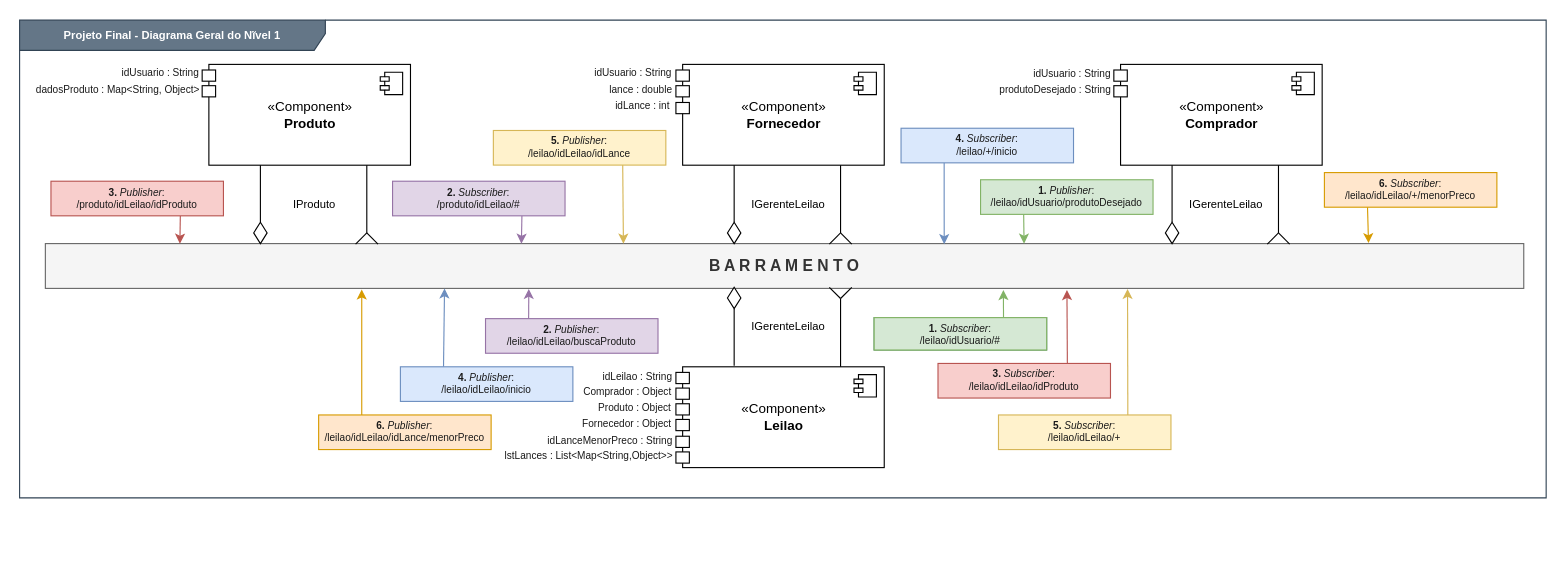
The draw.io diagram Projeto Final/resources/barramento.drawio in eNove/unicamp-engsoft-2020-inf331, before the edit. Source tidied: cells renumbered, new cells numbered last; positions are measured from the earlier drawing's top-left corner, leaving out a move shared by most shapes. Both pictures are drawn from the tidied source at 112%, with x=0, y=0 at pixel (19, 20).
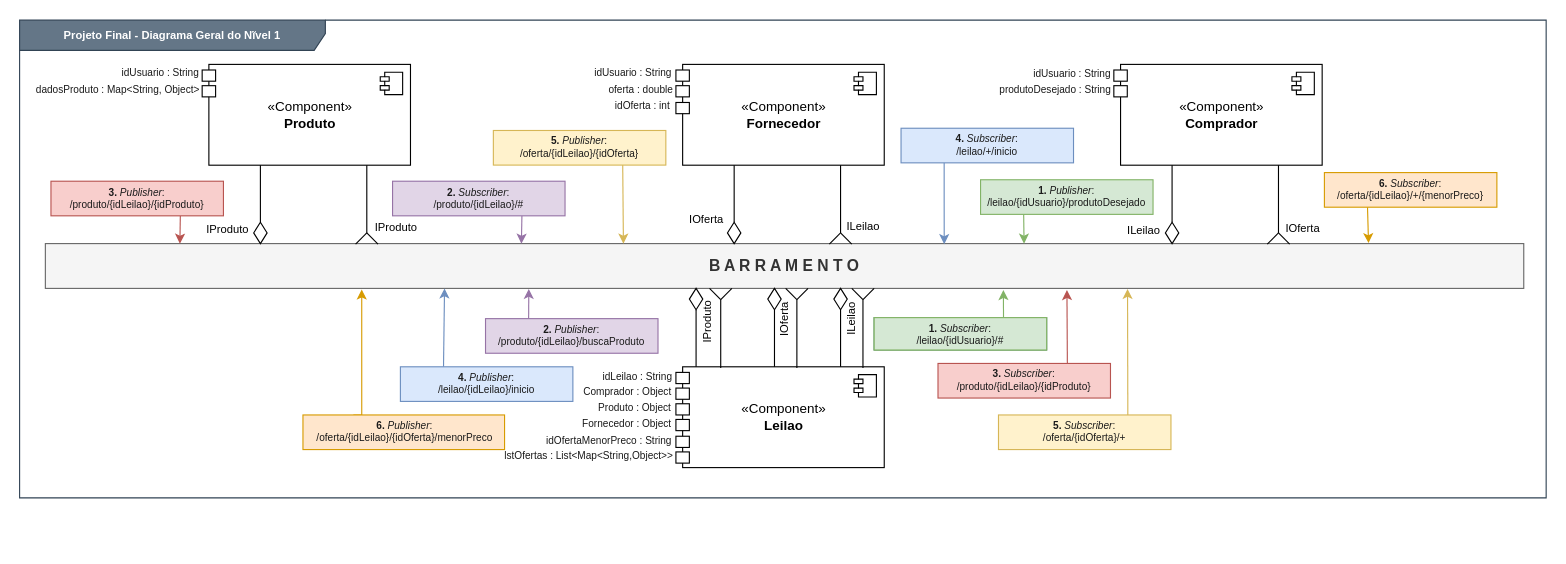
After the change.

Commit message (it also covers changes not shown here):
Diagrama barramento revisado e finalizado

Unchanged cells that the change refers to:
```xml
<mxCell id="3" value="&lt;font size=&quot;1&quot;&gt;&lt;b style=&quot;font-size: 14px&quot;&gt;B A R R A M E N T O&lt;/b&gt;&lt;/font&gt;" style="rounded=0;whiteSpace=wrap;html=1;fontSize=8;fillColor=#f5f5f5;strokeColor=#666666;fontColor=#333333;" parent="1" vertex="1">
  <mxGeometry x="23" y="199" width="1320" height="40" as="geometry" />
</mxCell>
<mxCell id="59" style="group;" parent="1" vertex="1">
  <mxGeometry x="858" y="142" width="154" height="30.9" as="geometry" />
</mxCell>
<mxCell id="62" style="group;" parent="1" vertex="1">
  <mxGeometry x="763" y="265.1" width="154" height="28.9" as="geometry" />
</mxCell>
```

Diff of the diagram source:
```diff
@@
-    <mxCell id="12" value="IGerenteLeilao" style="text;html=1;strokeColor=none;fillColor=none;align=center;verticalAlign=middle;whiteSpace=wrap;rounded=0;fontSize=10;" parent="1" vertex="1">
-      <mxGeometry x="1040.8" y="154.2" width="73.2" height="20" as="geometry" />
+    <mxCell id="12" value="ILeilao" style="text;html=1;strokeColor=none;fillColor=none;align=center;verticalAlign=middle;whiteSpace=wrap;rounded=0;fontSize=10;" parent="1" vertex="1">
+      <mxGeometry x="984" y="177" width="40" height="20" as="geometry" />
     </mxCell>
@@
     <mxCell id="23" value="IProduto" style="text;html=1;strokeColor=none;fillColor=none;align=center;verticalAlign=middle;whiteSpace=wrap;rounded=0;fontSize=10;" parent="1" vertex="1">
-      <mxGeometry x="226.8" y="154.2" width="73.2" height="20" as="geometry" />
+      <mxGeometry x="163" y="176.2" width="46" height="20" as="geometry" />
     </mxCell>
@@
-    <mxCell id="34" value="IGerenteLeilao" style="text;html=1;strokeColor=none;fillColor=none;align=center;verticalAlign=middle;whiteSpace=wrap;rounded=0;fontSize=10;" parent="1" vertex="1">
-      <mxGeometry x="649.8" y="154.2" width="73.2" height="20" as="geometry" />
+    <mxCell id="34" value="IOferta" style="text;html=1;strokeColor=none;fillColor=none;align=center;verticalAlign=middle;whiteSpace=wrap;rounded=0;fontSize=10;" parent="1" vertex="1">
+      <mxGeometry x="577" y="166.5" width="73.2" height="20" as="geometry" />
     </mxCell>
@@
-    <mxCell id="41" value="IGerenteLeilao" style="text;html=1;strokeColor=none;fillColor=none;align=center;verticalAlign=middle;whiteSpace=wrap;rounded=0;fontSize=10;" parent="1" vertex="1">
-      <mxGeometry x="650.9" y="263" width="71" height="20" as="geometry" />
+    <mxCell id="41" value="ILeilao" style="text;html=1;strokeColor=none;fillColor=none;align=center;verticalAlign=middle;whiteSpace=wrap;rounded=0;fontSize=10;rotation=-90;" parent="1" vertex="1">
+      <mxGeometry x="722.5" y="256.7" width="40" height="20" as="geometry" />
     </mxCell>
     <mxCell id="42" style="group;rotation=-180;" parent="1" vertex="1">
-      <mxGeometry x="632" y="238" width="12" height="70" as="geometry" />
+      <mxGeometry x="598" y="239" width="12" height="70" as="geometry" />
     </mxCell>
@@
     <mxCell id="45" style="group;rotation=-180;" parent="1" vertex="1">
-      <mxGeometry x="723" y="238" width="20" height="70.5" as="geometry" />
+      <mxGeometry x="743" y="239" width="20" height="70.5" as="geometry" />
     </mxCell>
@@
-    <mxCell id="58" value="&lt;b style=&quot;font-size: 9px&quot;&gt;2.&lt;/b&gt; &lt;i style=&quot;font-size: 9px&quot;&gt;Publisher&lt;/i&gt;:&lt;br style=&quot;font-size: 9px&quot;&gt;/leilao/idLeilao/buscaProduto" style="text;html=1;strokeColor=none;fillColor=none;align=center;verticalAlign=middle;whiteSpace=wrap;rounded=0;fontSize=9;fontColor=#1A1A1A;" parent="1" vertex="1">
+    <mxCell id="58" value="&lt;b style=&quot;font-size: 9px&quot;&gt;2.&lt;/b&gt; &lt;i style=&quot;font-size: 9px&quot;&gt;Publisher&lt;/i&gt;:&lt;br style=&quot;font-size: 9px&quot;&gt;/produto/{idLeilao}/buscaProduto" style="text;html=1;strokeColor=none;fillColor=none;align=center;verticalAlign=middle;whiteSpace=wrap;rounded=0;fontSize=9;fontColor=#1A1A1A;" parent="1" vertex="1">
       <mxGeometry x="416" y="273.7" width="154" height="15.5" as="geometry" />
     </mxCell>
@@
-    <mxCell id="61" value="&lt;b style=&quot;font-size: 9px;&quot;&gt;1.&lt;/b&gt; &lt;i style=&quot;font-size: 9px;&quot;&gt;Publisher&lt;/i&gt;:&lt;br style=&quot;font-size: 9px;&quot;&gt;/leilao/idUsuario/produtoDesejado" style="text;html=1;strokeColor=none;fillColor=none;align=center;verticalAlign=middle;whiteSpace=wrap;rounded=0;fontSize=9;fontColor=#1A1A1A;" parent="59" vertex="1">
+    <mxCell id="61" value="&lt;b style=&quot;font-size: 9px&quot;&gt;1.&lt;/b&gt; &lt;i style=&quot;font-size: 9px&quot;&gt;Publisher&lt;/i&gt;:&lt;br style=&quot;font-size: 9px&quot;&gt;/leilao/{idUsuario}/produtoDesejado" style="text;html=1;strokeColor=none;fillColor=none;align=center;verticalAlign=middle;whiteSpace=wrap;rounded=0;fontSize=9;fontColor=#1A1A1A;" parent="59" vertex="1">
       <mxGeometry y="7.7" width="154" height="15.5" as="geometry" />
     </mxCell>
@@
-    <mxCell id="66" value="&lt;b style=&quot;font-size: 9px&quot;&gt;1.&lt;/b&gt; &lt;i style=&quot;font-size: 9px&quot;&gt;Subscriber&lt;/i&gt;:&lt;br style=&quot;font-size: 9px&quot;&gt;/leilao/idUsuario/#" style="text;html=1;strokeColor=none;fillColor=none;align=center;verticalAlign=middle;whiteSpace=wrap;rounded=0;fontSize=9;fontColor=#1A1A1A;" parent="62" vertex="1">
+    <mxCell id="66" value="&lt;b style=&quot;font-size: 9px&quot;&gt;1.&lt;/b&gt; &lt;i style=&quot;font-size: 9px&quot;&gt;Subscriber&lt;/i&gt;:&lt;br style=&quot;font-size: 9px&quot;&gt;/leilao/{idUsuario}/#" style="text;html=1;strokeColor=none;fillColor=none;align=center;verticalAlign=middle;whiteSpace=wrap;rounded=0;fontSize=9;fontColor=#1A1A1A;" parent="62" vertex="1">
       <mxGeometry y="7.2" width="154" height="14.5" as="geometry" />
     </mxCell>
@@
-    <mxCell id="69" value="&lt;b style=&quot;font-size: 9px&quot;&gt;2.&lt;/b&gt; &lt;i style=&quot;font-size: 9px&quot;&gt;Subscriber&lt;/i&gt;:&lt;br style=&quot;font-size: 9px&quot;&gt;/produto/idLeilao/#" style="text;html=1;strokeColor=none;fillColor=none;align=center;verticalAlign=middle;whiteSpace=wrap;rounded=0;fontSize=9;fontColor=#1A1A1A;" parent="1" vertex="1">
+    <mxCell id="69" value="&lt;b style=&quot;font-size: 9px&quot;&gt;2.&lt;/b&gt; &lt;i style=&quot;font-size: 9px&quot;&gt;Subscriber&lt;/i&gt;:&lt;br style=&quot;font-size: 9px&quot;&gt;/produto/{idLeilao}/#" style="text;html=1;strokeColor=none;fillColor=none;align=center;verticalAlign=middle;whiteSpace=wrap;rounded=0;fontSize=9;fontColor=#1A1A1A;" parent="1" vertex="1">
       <mxGeometry x="333" y="151.1" width="154" height="15.5" as="geometry" />
     </mxCell>
@@
-    <mxCell id="72" value="&lt;b style=&quot;font-size: 9px&quot;&gt;3.&lt;/b&gt; &lt;i style=&quot;font-size: 9px&quot;&gt;Publisher&lt;/i&gt;:&lt;br style=&quot;font-size: 9px&quot;&gt;/produto/idLeilao/idProduto" style="text;html=1;strokeColor=none;fillColor=none;align=center;verticalAlign=middle;whiteSpace=wrap;rounded=0;fontSize=9;fontColor=#1A1A1A;" parent="1" vertex="1">
+    <mxCell id="72" value="&lt;b style=&quot;font-size: 9px&quot;&gt;3.&lt;/b&gt; &lt;i style=&quot;font-size: 9px&quot;&gt;Publisher&lt;/i&gt;:&lt;br style=&quot;font-size: 9px&quot;&gt;/produto/{idLeilao}/{idProduto}" style="text;html=1;strokeColor=none;fillColor=none;align=center;verticalAlign=middle;whiteSpace=wrap;rounded=0;fontSize=9;fontColor=#1A1A1A;" parent="1" vertex="1">
       <mxGeometry x="28" y="151.1" width="154" height="15.5" as="geometry" />
     </mxCell>
@@
-    <mxCell id="75" value="&lt;b style=&quot;font-size: 9px&quot;&gt;3.&lt;/b&gt; &lt;i style=&quot;font-size: 9px&quot;&gt;Subscriber&lt;/i&gt;:&lt;br style=&quot;font-size: 9px&quot;&gt;/leilao/idLeilao/idProduto" style="text;html=1;strokeColor=none;fillColor=none;align=center;verticalAlign=middle;whiteSpace=wrap;rounded=0;fontSize=9;fontColor=#1A1A1A;" parent="1" vertex="1">
+    <mxCell id="75" value="&lt;b style=&quot;font-size: 9px&quot;&gt;3.&lt;/b&gt; &lt;i style=&quot;font-size: 9px&quot;&gt;Subscriber&lt;/i&gt;:&lt;br style=&quot;font-size: 9px&quot;&gt;/produto/{idLeilao}/{idProduto}" style="text;html=1;strokeColor=none;fillColor=none;align=center;verticalAlign=middle;whiteSpace=wrap;rounded=0;fontSize=9;fontColor=#1A1A1A;" parent="1" vertex="1">
       <mxGeometry x="820" y="313.7" width="154" height="15.5" as="geometry" />
     </mxCell>
@@
-    <mxCell id="78" value="&lt;b style=&quot;font-size: 9px&quot;&gt;4.&lt;/b&gt; &lt;i style=&quot;font-size: 9px&quot;&gt;Publisher&lt;/i&gt;:&lt;br style=&quot;font-size: 9px&quot;&gt;/leilao/idLeilao/inicio" style="text;html=1;strokeColor=none;fillColor=none;align=center;verticalAlign=middle;whiteSpace=wrap;rounded=0;fontSize=9;fontColor=#1A1A1A;" parent="1" vertex="1">
+    <mxCell id="78" value="&lt;b style=&quot;font-size: 9px&quot;&gt;4.&lt;/b&gt; &lt;i style=&quot;font-size: 9px&quot;&gt;Publisher&lt;/i&gt;:&lt;br style=&quot;font-size: 9px&quot;&gt;/leilao/{idLeilao}/inicio" style="text;html=1;strokeColor=none;fillColor=none;align=center;verticalAlign=middle;whiteSpace=wrap;rounded=0;fontSize=9;fontColor=#1A1A1A;" parent="1" vertex="1">
       <mxGeometry x="340" y="316.7" width="154" height="15.5" as="geometry" />
     </mxCell>
@@
-    <mxCell id="84" value="&lt;b style=&quot;font-size: 9px&quot;&gt;5.&lt;/b&gt; &lt;i style=&quot;font-size: 9px&quot;&gt;Publisher&lt;/i&gt;:&lt;br style=&quot;font-size: 9px&quot;&gt;/leilao/idLeilao/idLance" style="text;html=1;strokeColor=none;fillColor=none;align=center;verticalAlign=middle;whiteSpace=wrap;rounded=0;fontSize=9;fontColor=#1A1A1A;" parent="1" vertex="1">
+    <mxCell id="84" value="&lt;b style=&quot;font-size: 9px&quot;&gt;5.&lt;/b&gt; &lt;i style=&quot;font-size: 9px&quot;&gt;Publisher&lt;/i&gt;:&lt;br style=&quot;font-size: 9px&quot;&gt;/oferta/{idLeilao}/{idOferta}" style="text;html=1;strokeColor=none;fillColor=none;align=center;verticalAlign=middle;whiteSpace=wrap;rounded=0;fontSize=9;fontColor=#1A1A1A;" parent="1" vertex="1">
       <mxGeometry x="423" y="105.7" width="154" height="15.5" as="geometry" />
     </mxCell>
@@
-    <mxCell id="87" value="&lt;b style=&quot;font-size: 9px&quot;&gt;5.&lt;/b&gt; &lt;i style=&quot;font-size: 9px&quot;&gt;Subscriber&lt;/i&gt;:&lt;br style=&quot;font-size: 9px&quot;&gt;/leilao/idLeilao/+" style="text;html=1;strokeColor=none;fillColor=none;align=center;verticalAlign=middle;whiteSpace=wrap;rounded=0;fontSize=9;fontColor=#1A1A1A;" parent="1" vertex="1">
+    <mxCell id="87" value="&lt;b style=&quot;font-size: 9px&quot;&gt;5.&lt;/b&gt; &lt;i style=&quot;font-size: 9px&quot;&gt;Subscriber&lt;/i&gt;:&lt;br style=&quot;font-size: 9px&quot;&gt;/oferta/{idOferta}/+" style="text;html=1;strokeColor=none;fillColor=none;align=center;verticalAlign=middle;whiteSpace=wrap;rounded=0;fontSize=9;fontColor=#1A1A1A;" parent="1" vertex="1">
       <mxGeometry x="874" y="359.7" width="154" height="15.5" as="geometry" />
     </mxCell>
     <mxCell id="88" style="edgeStyle=orthogonalEdgeStyle;rounded=0;jettySize=auto;html=1;exitX=0.25;exitY=0;exitDx=0;exitDy=0;entryX=0.214;entryY=1.025;entryDx=0;entryDy=0;entryPerimeter=0;fontSize=9;fontColor=#FFFFFF;fillColor=#ffe6cc;strokeColor=#d79b00;" parent="1" edge="1" source="89" target="3">
-      <mxGeometry relative="1" as="geometry" />
+      <mxGeometry relative="1" as="geometry">
+        <Array as="points">
+          <mxPoint x="306" y="352" />
+        </Array>
+      </mxGeometry>
     </mxCell>
     <mxCell id="89" style="rounded=0;whiteSpace=wrap;html=1;fillColor=#ffe6cc;strokeColor=#d79b00;" parent="1" vertex="1">
-      <mxGeometry x="267" y="352" width="154" height="30.9" as="geometry" />
+      <mxGeometry x="253" y="352" width="180" height="30.9" as="geometry" />
     </mxCell>
-    <mxCell id="90" value="&lt;b style=&quot;font-size: 9px&quot;&gt;6.&lt;/b&gt; &lt;i style=&quot;font-size: 9px&quot;&gt;Publisher&lt;/i&gt;:&lt;br style=&quot;font-size: 9px&quot;&gt;/leilao/idLeilao/idLance/menorPreco" style="text;html=1;strokeColor=none;fillColor=none;align=center;verticalAlign=middle;whiteSpace=wrap;rounded=0;fontSize=9;fontColor=#1A1A1A;" parent="1" vertex="1">
+    <mxCell id="90" value="&lt;b style=&quot;font-size: 9px&quot;&gt;6.&lt;/b&gt; &lt;i style=&quot;font-size: 9px&quot;&gt;Publisher&lt;/i&gt;:&lt;br style=&quot;font-size: 9px&quot;&gt;/oferta/{idLeilao}/{idOferta}/menorPreco" style="text;html=1;strokeColor=none;fillColor=none;align=center;verticalAlign=middle;whiteSpace=wrap;rounded=0;fontSize=9;fontColor=#1A1A1A;" parent="1" vertex="1">
       <mxGeometry x="267" y="359.7" width="154" height="15.5" as="geometry" />
     </mxCell>
@@
-    <mxCell id="93" value="&lt;b style=&quot;font-size: 9px&quot;&gt;6.&lt;/b&gt; &lt;i style=&quot;font-size: 9px&quot;&gt;Subscriber&lt;/i&gt;:&lt;br style=&quot;font-size: 9px&quot;&gt;/leilao/idLeilao/+/menorPreco" style="text;html=1;strokeColor=none;fillColor=none;align=center;verticalAlign=middle;whiteSpace=wrap;rounded=0;fontSize=9;fontColor=#1A1A1A;" parent="1" vertex="1">
+    <mxCell id="93" value="&lt;b style=&quot;font-size: 9px&quot;&gt;6.&lt;/b&gt; &lt;i style=&quot;font-size: 9px&quot;&gt;Subscriber&lt;/i&gt;:&lt;br style=&quot;font-size: 9px&quot;&gt;/oferta/{idLeilao}/+/{menorPreco}" style="text;html=1;strokeColor=none;fillColor=none;align=center;verticalAlign=middle;whiteSpace=wrap;rounded=0;fontSize=9;fontColor=#1A1A1A;" parent="1" vertex="1">
       <mxGeometry x="1165" y="143.3" width="154" height="15.5" as="geometry" />
     </mxCell>
@@
-    <mxCell id="102" value="lance : double" style="text;html=1;strokeColor=none;fillColor=none;align=center;verticalAlign=middle;whiteSpace=wrap;rounded=0;fontSize=9;fontColor=#1A1A1A;" parent="1" vertex="1">
+    <mxCell id="102" value="oferta : double" style="text;html=1;strokeColor=none;fillColor=none;align=center;verticalAlign=middle;whiteSpace=wrap;rounded=0;fontSize=9;fontColor=#1A1A1A;" parent="1" vertex="1">
       <mxGeometry x="517.5" y="52" width="74" height="20" as="geometry" />
     </mxCell>
-    <mxCell id="103" value="idLance : int" style="text;html=1;strokeColor=none;fillColor=none;align=center;verticalAlign=middle;whiteSpace=wrap;rounded=0;fontSize=9;fontColor=#1A1A1A;" parent="1" vertex="1">
+    <mxCell id="103" value="idOferta : int" style="text;html=1;strokeColor=none;fillColor=none;align=center;verticalAlign=middle;whiteSpace=wrap;rounded=0;fontSize=9;fontColor=#1A1A1A;" parent="1" vertex="1">
       <mxGeometry x="526.5" y="66" width="58.5" height="20" as="geometry" />
     </mxCell>
@@
-    <mxCell id="112" value="idLanceMenorPreco : String" style="text;html=1;strokeColor=none;fillColor=none;align=center;verticalAlign=middle;whiteSpace=wrap;rounded=0;fontSize=9;fontColor=#1A1A1A;" parent="1" vertex="1">
-      <mxGeometry x="467" y="365" width="121" height="20" as="geometry" />
+    <mxCell id="112" value="idOfertaMenorPreco : String" style="text;html=1;strokeColor=none;fillColor=none;align=center;verticalAlign=middle;whiteSpace=wrap;rounded=0;fontSize=9;fontColor=#1A1A1A;" parent="1" vertex="1">
+      <mxGeometry x="466" y="365" width="121" height="20" as="geometry" />
     </mxCell>
-    <mxCell id="113" value="lstLances : List&amp;lt;Map&amp;lt;String,Object&amp;gt;&amp;gt;" style="text;html=1;strokeColor=none;fillColor=none;align=center;verticalAlign=middle;whiteSpace=wrap;rounded=0;fontSize=9;fontColor=#1A1A1A;" parent="1" vertex="1">
+    <mxCell id="113" value="lstOfertas : List&amp;lt;Map&amp;lt;String,Object&amp;gt;&amp;gt;" style="text;html=1;strokeColor=none;fillColor=none;align=center;verticalAlign=middle;whiteSpace=wrap;rounded=0;fontSize=9;fontColor=#1A1A1A;" parent="1" vertex="1">
       <mxGeometry x="426" y="379" width="165" height="20" as="geometry" />
     </mxCell>
@@
+    <mxCell id="116" value="IOferta" style="text;html=1;strokeColor=none;fillColor=none;align=center;verticalAlign=middle;whiteSpace=wrap;rounded=0;fontSize=10;" parent="1" vertex="1">
+      <mxGeometry x="1126" y="174.9" width="40" height="20" as="geometry" />
+    </mxCell>
+    <mxCell id="117" value="ILeilao" style="text;html=1;strokeColor=none;fillColor=none;align=center;verticalAlign=middle;whiteSpace=wrap;rounded=0;fontSize=10;" parent="1" vertex="1">
+      <mxGeometry x="732.5" y="172.9" width="41" height="20" as="geometry" />
+    </mxCell>
+    <mxCell id="118" value="IProduto" style="text;html=1;strokeColor=none;fillColor=none;align=center;verticalAlign=middle;whiteSpace=wrap;rounded=0;fontSize=10;rotation=-90;" parent="1" vertex="1">
+      <mxGeometry x="591" y="259" width="45" height="20" as="geometry" />
+    </mxCell>
+    <mxCell id="119" value="IProduto" style="text;html=1;strokeColor=none;fillColor=none;align=center;verticalAlign=middle;whiteSpace=wrap;rounded=0;fontSize=10;" parent="1" vertex="1">
+      <mxGeometry x="300" y="174.2" width="73.2" height="20" as="geometry" />
+    </mxCell>
+    <mxCell id="120" style="group;rotation=-180;" parent="1" vertex="1">
+      <mxGeometry x="616" y="239" width="20" height="70.5" as="geometry" />
+    </mxCell>
+    <mxCell id="121" style="endArrow=none;html=1;fontColor=#1A1A1A;" parent="120" edge="1">
+      <mxGeometry relative="1" as="geometry">
+        <mxPoint x="10" y="10" as="sourcePoint" />
+        <mxPoint x="10" y="71" as="targetPoint" />
+      </mxGeometry>
+    </mxCell>
+    <mxCell id="122" style="endArrow=none;html=1;fontColor=#1A1A1A;" parent="120" edge="1">
+      <mxGeometry relative="1" as="geometry">
+        <mxPoint x="20" as="sourcePoint" />
+        <mxPoint x="10" y="10" as="targetPoint" />
+      </mxGeometry>
+    </mxCell>
+    <mxCell id="123" style="endArrow=none;html=1;fontColor=#1A1A1A;" parent="120" edge="1">
+      <mxGeometry relative="1" as="geometry">
+        <mxPoint as="sourcePoint" />
+        <mxPoint x="10" y="10" as="targetPoint" />
+      </mxGeometry>
+    </mxCell>
+    <mxCell id="124" style="group;rotation=-180;" parent="1" vertex="1">
+      <mxGeometry x="727" y="239" width="12" height="70" as="geometry" />
+    </mxCell>
+    <mxCell id="125" style="rhombus;whiteSpace=wrap;html=1;fontSize=8;rotation=-180;" parent="124" vertex="1">
+      <mxGeometry width="12" height="19.1" as="geometry" />
+    </mxCell>
+    <mxCell id="126" style="endArrow=none;html=1;fontSize=8;exitX=0.5;exitY=0;exitDx=0;exitDy=0;" parent="124" edge="1" source="125">
+      <mxGeometry relative="1" as="geometry">
+        <mxPoint x="6" y="70" as="targetPoint" />
+      </mxGeometry>
+    </mxCell>
+    <mxCell id="127" style="group;rotation=-180;" parent="1" vertex="1">
+      <mxGeometry x="684" y="239" width="20" height="70.5" as="geometry" />
+    </mxCell>
+    <mxCell id="128" style="endArrow=none;html=1;fontColor=#1A1A1A;" parent="127" edge="1">
+      <mxGeometry relative="1" as="geometry">
+        <mxPoint x="10" y="10" as="sourcePoint" />
+        <mxPoint x="10" y="71" as="targetPoint" />
+      </mxGeometry>
+    </mxCell>
+    <mxCell id="129" style="endArrow=none;html=1;fontColor=#1A1A1A;" parent="127" edge="1">
+      <mxGeometry relative="1" as="geometry">
+        <mxPoint x="20" as="sourcePoint" />
+        <mxPoint x="10" y="10" as="targetPoint" />
+      </mxGeometry>
+    </mxCell>
+    <mxCell id="130" style="endArrow=none;html=1;fontColor=#1A1A1A;" parent="127" edge="1">
+      <mxGeometry relative="1" as="geometry">
+        <mxPoint as="sourcePoint" />
+        <mxPoint x="10" y="10" as="targetPoint" />
+      </mxGeometry>
+    </mxCell>
+    <mxCell id="131" style="group;rotation=-180;" parent="1" vertex="1">
+      <mxGeometry x="668" y="239" width="12" height="70" as="geometry" />
+    </mxCell>
+    <mxCell id="132" style="rhombus;whiteSpace=wrap;html=1;fontSize=8;rotation=-180;" parent="131" vertex="1">
+      <mxGeometry width="12" height="19.1" as="geometry" />
+    </mxCell>
+    <mxCell id="133" style="endArrow=none;html=1;fontSize=8;exitX=0.5;exitY=0;exitDx=0;exitDy=0;" parent="131" edge="1" source="132">
+      <mxGeometry relative="1" as="geometry">
+        <mxPoint x="6" y="70" as="targetPoint" />
+      </mxGeometry>
+    </mxCell>
+    <mxCell id="134" value="IOferta" style="text;html=1;strokeColor=none;fillColor=none;align=center;verticalAlign=middle;whiteSpace=wrap;rounded=0;fontSize=10;rotation=-90;" parent="1" vertex="1">
+      <mxGeometry x="662" y="256.7" width="40" height="20" as="geometry" />
+    </mxCell>
```
